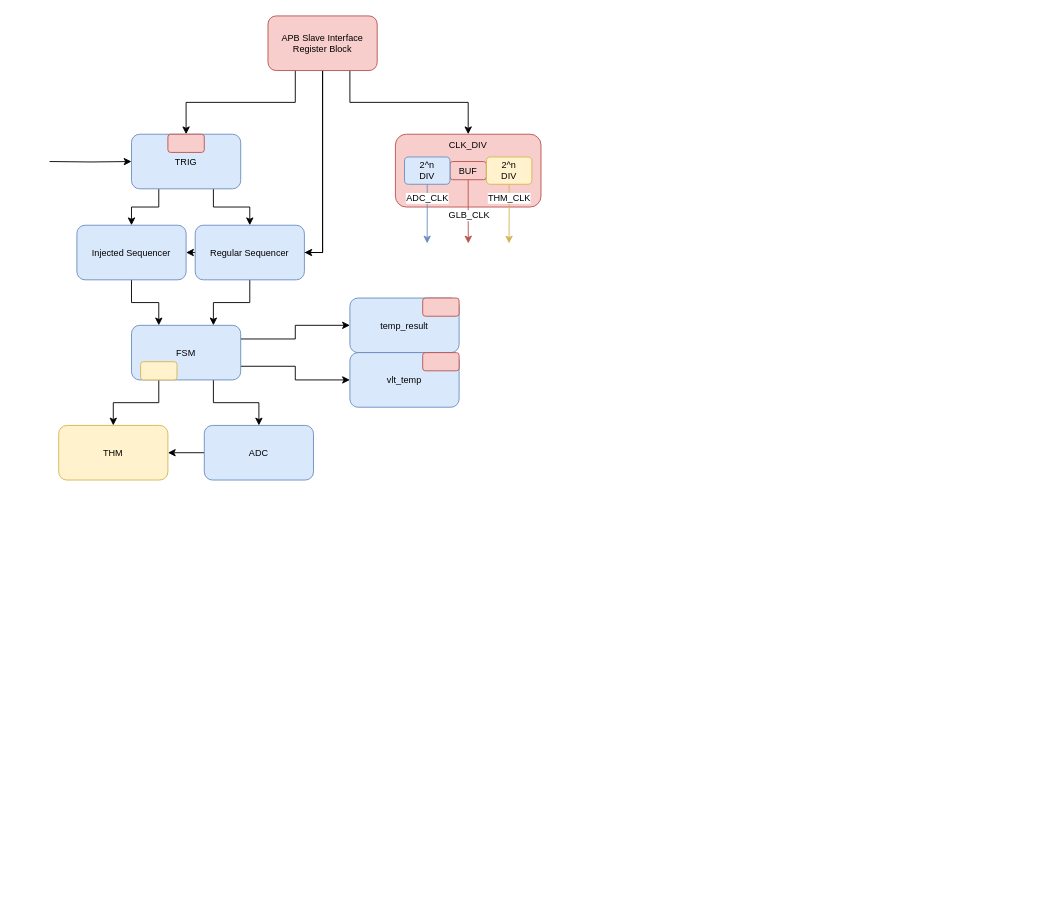
Above: page "第 1 页" (1 of 2) of ip/thm_adc_ctrl.drawio in howeip/Diagram (draw.io), before the change. Source tidied: cells renumbered, new cells numbered last; positions are measured from the earlier drawing's top-left corner, leaving out a move shared by most shapes. Both pictures are drawn from the tidied source at 91%, with x=0, y=0 at pixel (49, 15).
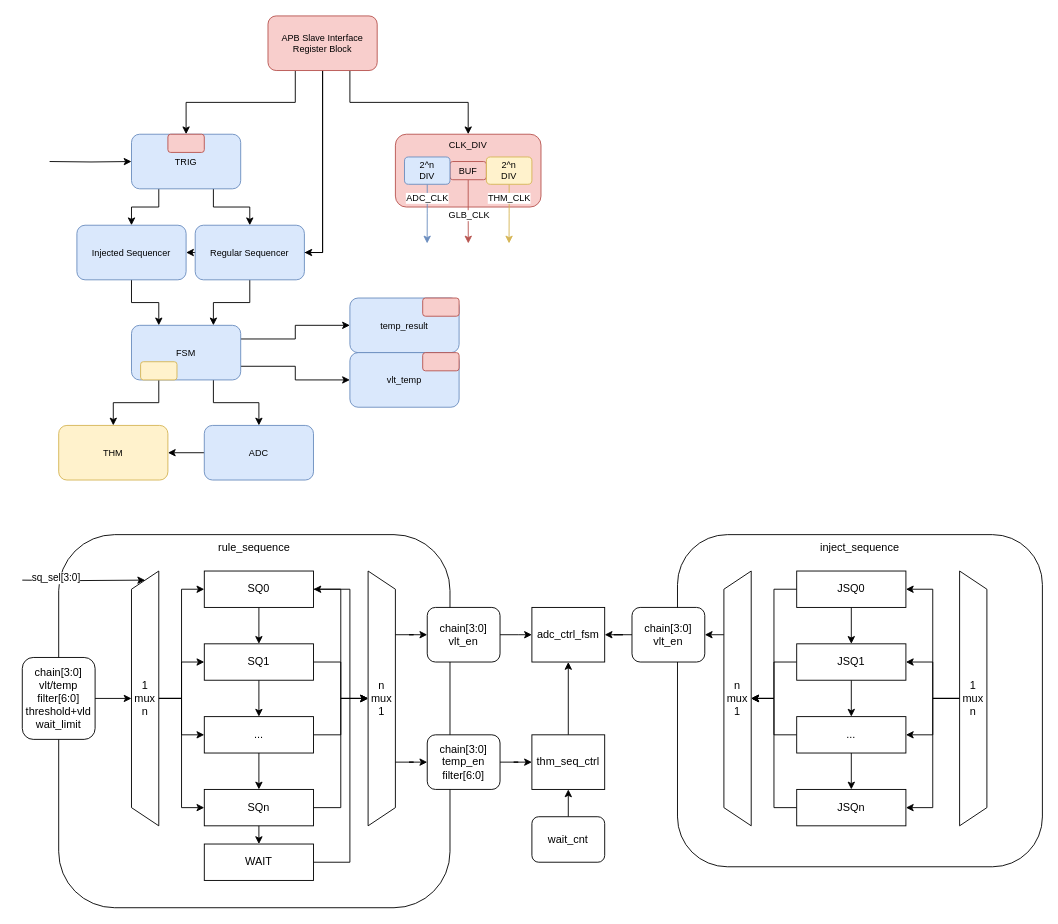
After the change.

What changed in the source:
```diff
@@
+    <mxCell id="37" value="rule_sequence" style="rounded=1;whiteSpace=wrap;html=1;roundedPerimeter=1;verticalAlign=top;" parent="1" vertex="1">
+      <mxGeometry x="10" y="570" width="430" height="410" as="geometry" />
+    </mxCell>
@@
+    <mxCell id="38" style="edgeStyle=orthogonalEdgeStyle;rounded=0;jettySize=auto;html=1;entryX=0.5;entryY=0;entryDx=0;entryDy=0;" parent="1" edge="1" source="40" target="43">
+      <mxGeometry relative="1" as="geometry" />
+    </mxCell>
+    <mxCell id="39" style="edgeStyle=orthogonalEdgeStyle;rounded=0;jettySize=auto;html=1;exitX=1;exitY=0.5;exitDx=0;exitDy=0;entryX=0.5;entryY=1;entryDx=0;entryDy=0;" parent="1" edge="1" source="40" target="63">
+      <mxGeometry relative="1" as="geometry" />
+    </mxCell>
+    <mxCell id="40" value="SQ0" style="rounded=0;whiteSpace=wrap;html=1;" parent="1" vertex="1">
+      <mxGeometry x="170" y="610" width="120" height="40" as="geometry" />
+    </mxCell>
+    <mxCell id="41" style="edgeStyle=orthogonalEdgeStyle;rounded=0;jettySize=auto;html=1;exitX=0.5;exitY=1;exitDx=0;exitDy=0;entryX=0.5;entryY=1;entryDx=0;entryDy=0;" parent="1" edge="1" source="43" target="46">
+      <mxGeometry relative="1" as="geometry" />
+    </mxCell>
+    <mxCell id="42" style="edgeStyle=orthogonalEdgeStyle;rounded=0;jettySize=auto;html=1;exitX=1;exitY=0.5;exitDx=0;exitDy=0;entryX=0.5;entryY=1;entryDx=0;entryDy=0;" parent="1" edge="1" source="43" target="63">
+      <mxGeometry relative="1" as="geometry" />
+    </mxCell>
+    <mxCell id="43" value="SQ1" style="rounded=0;whiteSpace=wrap;html=1;" parent="1" vertex="1">
+      <mxGeometry x="170" y="690" width="120" height="40" as="geometry" />
+    </mxCell>
+    <mxCell id="44" style="edgeStyle=orthogonalEdgeStyle;rounded=0;jettySize=auto;html=1;exitX=0.5;exitY=0;exitDx=0;exitDy=0;entryX=0.5;entryY=1;entryDx=0;entryDy=0;" parent="1" edge="1" source="46" target="49">
+      <mxGeometry relative="1" as="geometry" />
+    </mxCell>
+    <mxCell id="45" style="edgeStyle=orthogonalEdgeStyle;rounded=0;jettySize=auto;html=1;exitX=0;exitY=0.5;exitDx=0;exitDy=0;entryX=0.5;entryY=1;entryDx=0;entryDy=0;" parent="1" edge="1" source="46" target="63">
+      <mxGeometry relative="1" as="geometry" />
+    </mxCell>
+    <mxCell id="46" value="..." style="rounded=0;whiteSpace=wrap;html=1;direction=west;" parent="1" vertex="1">
+      <mxGeometry x="170" y="770" width="120" height="40" as="geometry" />
+    </mxCell>
+    <mxCell id="47" style="edgeStyle=orthogonalEdgeStyle;rounded=0;jettySize=auto;html=1;exitX=0.5;exitY=0;exitDx=0;exitDy=0;entryX=0.5;entryY=1;entryDx=0;entryDy=0;" parent="1" edge="1" source="49" target="60">
+      <mxGeometry relative="1" as="geometry" />
+    </mxCell>
+    <mxCell id="48" style="edgeStyle=orthogonalEdgeStyle;rounded=0;jettySize=auto;html=1;exitX=0;exitY=0.5;exitDx=0;exitDy=0;entryX=0.5;entryY=1;entryDx=0;entryDy=0;" parent="1" edge="1" source="49" target="63">
+      <mxGeometry x="-0.35" relative="1" as="geometry" />
+    </mxCell>
+    <mxCell id="49" value="SQn" style="rounded=0;whiteSpace=wrap;html=1;direction=west;" parent="1" vertex="1">
+      <mxGeometry x="170" y="850" width="120" height="40" as="geometry" />
+    </mxCell>
+    <mxCell id="50" style="edgeStyle=orthogonalEdgeStyle;rounded=0;jettySize=auto;html=1;entryX=1;entryY=0.5;entryDx=0;entryDy=0;" parent="1" edge="1" target="56">
+      <mxGeometry relative="1" as="geometry">
+        <mxPoint x="-30" y="620" as="sourcePoint" />
+      </mxGeometry>
+    </mxCell>
+    <mxCell id="51" value="sq_sel[3:0]" style="edgeLabel;html=1;align=center;verticalAlign=middle;" parent="50" vertex="1">
+      <mxGeometry x="-0.47" y="3" relative="1" as="geometry" />
+    </mxCell>
+    <mxCell id="52" style="edgeStyle=orthogonalEdgeStyle;rounded=0;jettySize=auto;html=1;exitX=0.5;exitY=1;exitDx=0;exitDy=0;entryX=0;entryY=0.5;entryDx=0;entryDy=0;" parent="1" edge="1" source="56" target="40">
+      <mxGeometry relative="1" as="geometry" />
+    </mxCell>
+    <mxCell id="53" style="edgeStyle=orthogonalEdgeStyle;rounded=0;jettySize=auto;html=1;exitX=0.5;exitY=1;exitDx=0;exitDy=0;entryX=0;entryY=0.5;entryDx=0;entryDy=0;" parent="1" edge="1" source="56" target="43">
+      <mxGeometry relative="1" as="geometry" />
+    </mxCell>
+    <mxCell id="54" style="edgeStyle=orthogonalEdgeStyle;rounded=0;jettySize=auto;html=1;exitX=0.5;exitY=1;exitDx=0;exitDy=0;entryX=1;entryY=0.5;entryDx=0;entryDy=0;" parent="1" edge="1" source="56" target="46">
+      <mxGeometry relative="1" as="geometry" />
+    </mxCell>
+    <mxCell id="55" style="edgeStyle=orthogonalEdgeStyle;rounded=0;jettySize=auto;html=1;exitX=0.5;exitY=1;exitDx=0;exitDy=0;" parent="1" edge="1" source="56" target="49">
+      <mxGeometry relative="1" as="geometry" />
+    </mxCell>
+    <mxCell id="56" value="&lt;div&gt;1&lt;/div&gt;mux&lt;div&gt;n&lt;/div&gt;" style="shape=trapezoid;perimeter=trapezoidPerimeter;whiteSpace=wrap;html=1;shapeInside=1;fixedSize=1;direction=north;" parent="1" vertex="1">
+      <mxGeometry x="90" y="610" width="30" height="280" as="geometry" />
+    </mxCell>
+    <mxCell id="57" value="chain[3:0]&lt;div&gt;vlt/temp&lt;/div&gt;&lt;div&gt;filter[6:0]&lt;/div&gt;&lt;div&gt;threshold+vld&lt;/div&gt;&lt;div&gt;wait_limit&lt;/div&gt;" style="rounded=1;whiteSpace=wrap;html=1;roundedPerimeter=1;" parent="1" vertex="1">
+      <mxGeometry x="-30" y="705" width="80" height="90" as="geometry" />
+    </mxCell>
+    <mxCell id="58" style="edgeStyle=orthogonalEdgeStyle;rounded=0;jettySize=auto;html=1;exitX=1;exitY=0.5;exitDx=0;exitDy=0;entryX=0.5;entryY=0;entryDx=0;entryDy=0;" parent="1" edge="1" source="57" target="56">
+      <mxGeometry relative="1" as="geometry" />
+    </mxCell>
+    <mxCell id="59" style="edgeStyle=orthogonalEdgeStyle;rounded=0;jettySize=auto;html=1;exitX=0;exitY=0.5;exitDx=0;exitDy=0;entryX=1;entryY=0.5;entryDx=0;entryDy=0;" parent="1" edge="1" source="60" target="40">
+      <mxGeometry x="-0.11" relative="1" as="geometry">
+        <Array as="points">
+          <mxPoint x="330" y="930" />
+          <mxPoint x="330" y="630" />
+        </Array>
+      </mxGeometry>
+    </mxCell>
+    <mxCell id="60" value="WAIT" style="rounded=0;whiteSpace=wrap;html=1;direction=west;" parent="1" vertex="1">
+      <mxGeometry x="170" y="910" width="120" height="40" as="geometry" />
+    </mxCell>
+    <mxCell id="61" style="edgeStyle=orthogonalEdgeStyle;rounded=0;jettySize=auto;html=1;" parent="1" edge="1" source="72">
+      <mxGeometry x="0.3" relative="1" as="geometry">
+        <mxPoint x="530" y="680" as="targetPoint" />
+      </mxGeometry>
+    </mxCell>
+    <mxCell id="62" style="edgeStyle=orthogonalEdgeStyle;rounded=0;jettySize=auto;html=1;entryX=1;entryY=0.5;entryDx=0;entryDy=0;" parent="1" edge="1" source="70" target="67">
+      <mxGeometry relative="1" as="geometry" />
+    </mxCell>
+    <mxCell id="63" value="&lt;div&gt;n&lt;/div&gt;mux&lt;div&gt;1&lt;/div&gt;" style="shape=trapezoid;perimeter=trapezoidPerimeter;whiteSpace=wrap;html=1;shapeInside=1;fixedSize=1;direction=south;" parent="1" vertex="1">
+      <mxGeometry x="350" y="610" width="30" height="280" as="geometry" />
+    </mxCell>
+    <mxCell id="64" style="edgeStyle=orthogonalEdgeStyle;rounded=0;jettySize=auto;html=1;exitX=0.5;exitY=0;exitDx=0;exitDy=0;entryX=0.5;entryY=0;entryDx=0;entryDy=0;" parent="1" edge="1" source="65" target="67">
+      <mxGeometry x="-0.58" relative="1" as="geometry" />
+    </mxCell>
+    <mxCell id="65" value="wait_cnt" style="rounded=1;whiteSpace=wrap;html=1;roundedPerimeter=1;" parent="1" vertex="1">
+      <mxGeometry x="530" y="880" width="80" height="50" as="geometry" />
+    </mxCell>
+    <mxCell id="66" style="edgeStyle=orthogonalEdgeStyle;rounded=0;jettySize=auto;html=1;exitX=0.5;exitY=1;exitDx=0;exitDy=0;" parent="1" edge="1" source="67" target="68">
+      <mxGeometry relative="1" as="geometry" />
+    </mxCell>
+    <mxCell id="67" value="thm_seq_ctrl" style="rounded=0;whiteSpace=wrap;html=1;direction=west;" parent="1" vertex="1">
+      <mxGeometry x="530" y="790" width="80" height="60" as="geometry" />
+    </mxCell>
+    <mxCell id="68" value="adc_ctrl_fsm" style="rounded=0;whiteSpace=wrap;html=1;direction=west;" parent="1" vertex="1">
+      <mxGeometry x="530" y="650" width="80" height="60" as="geometry" />
+    </mxCell>
+    <mxCell id="69" style="edgeStyle=orthogonalEdgeStyle;rounded=0;jettySize=auto;html=1;exitX=0.75;exitY=0;exitDx=0;exitDy=0;" parent="1" edge="1" source="63" target="70">
+      <mxGeometry relative="1" as="geometry" />
+    </mxCell>
+    <mxCell id="70" value="chain[3:0]&lt;div&gt;temp_en&lt;/div&gt;&lt;div&gt;&lt;span style=&quot;background-color: transparent; color: light-dark(rgb(0, 0, 0), rgb(255, 255, 255));&quot;&gt;filter[6:0]&lt;/span&gt;&lt;/div&gt;" style="rounded=1;whiteSpace=wrap;html=1;roundedPerimeter=1;" parent="1" vertex="1">
+      <mxGeometry x="415" y="790" width="80" height="60" as="geometry" />
+    </mxCell>
+    <mxCell id="71" style="edgeStyle=orthogonalEdgeStyle;rounded=0;jettySize=auto;html=1;exitX=0.25;exitY=0;exitDx=0;exitDy=0;" parent="1" edge="1" source="63" target="72">
+      <mxGeometry x="0.3" relative="1" as="geometry" />
+    </mxCell>
+    <mxCell id="72" value="chain[3:0]&lt;div&gt;vlt_en&lt;/div&gt;" style="rounded=1;whiteSpace=wrap;html=1;roundedPerimeter=1;" parent="1" vertex="1">
+      <mxGeometry x="415" y="650" width="80" height="60" as="geometry" />
+    </mxCell>
+    <mxCell id="73" value="inject_sequence" style="rounded=1;whiteSpace=wrap;html=1;roundedPerimeter=1;verticalAlign=top;direction=west;" parent="1" vertex="1">
+      <mxGeometry x="690" y="570" width="401" height="365" as="geometry" />
+    </mxCell>
+    <mxCell id="74" style="edgeStyle=orthogonalEdgeStyle;rounded=0;jettySize=auto;html=1;" parent="1" edge="1" source="76" target="79">
+      <mxGeometry relative="1" as="geometry" />
+    </mxCell>
+    <mxCell id="75" style="edgeStyle=orthogonalEdgeStyle;rounded=0;jettySize=auto;html=1;exitX=1;exitY=0.5;exitDx=0;exitDy=0;" parent="1" edge="1" source="76" target="91">
+      <mxGeometry relative="1" as="geometry" />
+    </mxCell>
+    <mxCell id="76" value="JSQ0" style="rounded=0;whiteSpace=wrap;html=1;direction=west;" parent="1" vertex="1">
+      <mxGeometry x="821" y="610" width="120" height="40" as="geometry" />
+    </mxCell>
+    <mxCell id="77" style="edgeStyle=orthogonalEdgeStyle;rounded=0;jettySize=auto;html=1;" parent="1" edge="1" source="79" target="82">
+      <mxGeometry relative="1" as="geometry" />
+    </mxCell>
+    <mxCell id="78" style="edgeStyle=orthogonalEdgeStyle;rounded=0;jettySize=auto;html=1;exitX=1;exitY=0.5;exitDx=0;exitDy=0;entryX=0.5;entryY=1;entryDx=0;entryDy=0;" parent="1" edge="1" source="79" target="91">
+      <mxGeometry relative="1" as="geometry" />
+    </mxCell>
+    <mxCell id="79" value="JSQ1" style="rounded=0;whiteSpace=wrap;html=1;direction=west;" parent="1" vertex="1">
+      <mxGeometry x="821" y="690" width="120" height="40" as="geometry" />
+    </mxCell>
+    <mxCell id="80" style="edgeStyle=orthogonalEdgeStyle;rounded=0;jettySize=auto;html=1;" parent="1" edge="1" source="82" target="84">
+      <mxGeometry relative="1" as="geometry" />
+    </mxCell>
+    <mxCell id="81" style="edgeStyle=orthogonalEdgeStyle;rounded=0;jettySize=auto;html=1;exitX=0;exitY=0.5;exitDx=0;exitDy=0;entryX=0.5;entryY=1;entryDx=0;entryDy=0;" parent="1" edge="1" source="82" target="91">
+      <mxGeometry relative="1" as="geometry" />
+    </mxCell>
+    <mxCell id="82" value="..." style="rounded=0;whiteSpace=wrap;html=1;direction=east;" parent="1" vertex="1">
+      <mxGeometry x="821" y="770" width="120" height="40" as="geometry" />
+    </mxCell>
+    <mxCell id="83" style="edgeStyle=orthogonalEdgeStyle;rounded=0;jettySize=auto;html=1;exitX=0;exitY=0.5;exitDx=0;exitDy=0;entryX=0.5;entryY=1;entryDx=0;entryDy=0;" parent="1" edge="1" source="84" target="91">
+      <mxGeometry relative="1" as="geometry" />
+    </mxCell>
+    <mxCell id="84" value="JSQn" style="rounded=0;whiteSpace=wrap;html=1;direction=east;" parent="1" vertex="1">
+      <mxGeometry x="821" y="850" width="120" height="40" as="geometry" />
+    </mxCell>
+    <mxCell id="85" style="edgeStyle=orthogonalEdgeStyle;rounded=0;jettySize=auto;html=1;exitX=0.5;exitY=1;exitDx=0;exitDy=0;entryX=0;entryY=0.5;entryDx=0;entryDy=0;" parent="1" edge="1" source="92" target="76">
+      <mxGeometry relative="1" as="geometry" />
+    </mxCell>
+    <mxCell id="86" style="edgeStyle=orthogonalEdgeStyle;rounded=0;jettySize=auto;html=1;exitX=0.5;exitY=1;exitDx=0;exitDy=0;entryX=0;entryY=0.5;entryDx=0;entryDy=0;" parent="1" edge="1" source="92" target="79">
+      <mxGeometry relative="1" as="geometry" />
+    </mxCell>
+    <mxCell id="87" style="edgeStyle=orthogonalEdgeStyle;rounded=0;jettySize=auto;html=1;exitX=0.5;exitY=1;exitDx=0;exitDy=0;entryX=1;entryY=0.5;entryDx=0;entryDy=0;" parent="1" edge="1" source="92" target="82">
+      <mxGeometry relative="1" as="geometry" />
+    </mxCell>
+    <mxCell id="88" style="edgeStyle=orthogonalEdgeStyle;rounded=0;jettySize=auto;html=1;exitX=0.5;exitY=1;exitDx=0;exitDy=0;" parent="1" edge="1" source="92" target="84">
+      <mxGeometry relative="1" as="geometry" />
+    </mxCell>
+    <mxCell id="89" style="edgeStyle=orthogonalEdgeStyle;rounded=0;jettySize=auto;html=1;entryX=0;entryY=0.5;entryDx=0;entryDy=0;" parent="1" edge="1" source="93" target="68">
+      <mxGeometry relative="1" as="geometry" />
+    </mxCell>
+    <mxCell id="90" style="edgeStyle=orthogonalEdgeStyle;rounded=0;jettySize=auto;html=1;exitX=0.75;exitY=0;exitDx=0;exitDy=0;entryX=1;entryY=0.5;entryDx=0;entryDy=0;" parent="1" edge="1" source="91" target="93">
+      <mxGeometry relative="1" as="geometry" />
+    </mxCell>
+    <mxCell id="91" value="&lt;div&gt;n&lt;/div&gt;mux&lt;div&gt;1&lt;/div&gt;" style="shape=trapezoid;perimeter=trapezoidPerimeter;whiteSpace=wrap;html=1;shapeInside=1;fixedSize=1;direction=north;" parent="1" vertex="1">
+      <mxGeometry x="741" y="610" width="30" height="280" as="geometry" />
+    </mxCell>
+    <mxCell id="92" value="&lt;div&gt;1&lt;/div&gt;mux&lt;div&gt;n&lt;/div&gt;" style="shape=trapezoid;perimeter=trapezoidPerimeter;whiteSpace=wrap;html=1;shapeInside=1;fixedSize=1;direction=south;" parent="1" vertex="1">
+      <mxGeometry x="1000" y="610" width="30" height="280" as="geometry" />
+    </mxCell>
+    <mxCell id="93" value="chain[3:0]&lt;div&gt;vlt_en&lt;/div&gt;" style="rounded=1;whiteSpace=wrap;html=1;roundedPerimeter=1;" parent="1" vertex="1">
+      <mxGeometry x="640" y="650" width="80" height="60" as="geometry" />
+    </mxCell>
```
